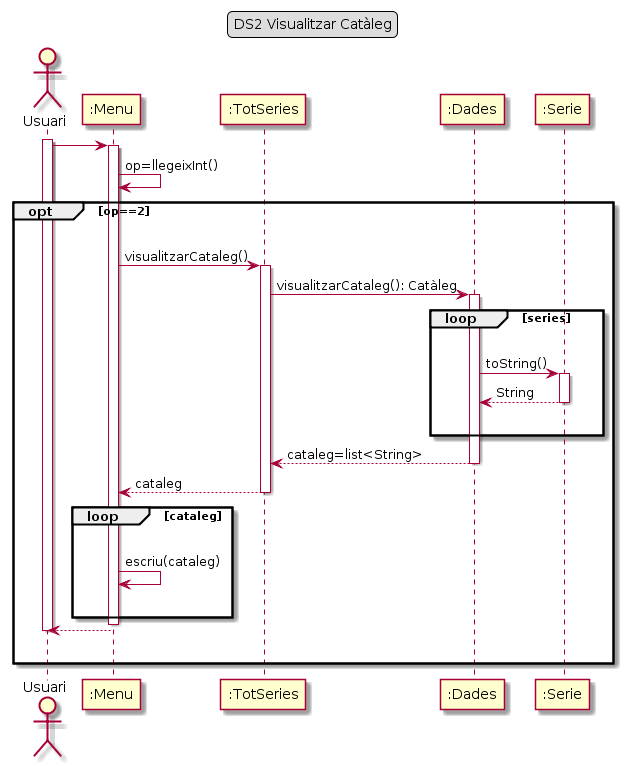
Earlier version of the PlantUML export Lab4/DS/DS2 Cataleg.png (Ralleg314/DS).
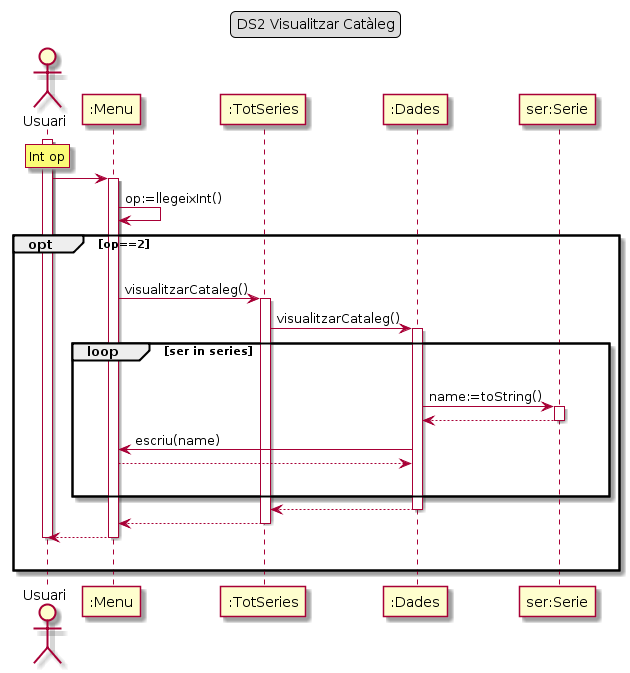
After the commit.

Change to the diagram source:
```diff
@@ -6,41 +6,41 @@
 actor Usuari as usuari
 activate usuari
 
+rnote over usuari
+    Int op
+end rnote
+
 participant ":Menu" as menu
 participant ":TotSeries" as TS
 participant ":Dades" as dades
-participant ":Serie" as serie
+participant "ser:Serie" as serie
 
 usuari -> menu
 activate menu
-menu ->menu : op=llegeixInt()
+menu ->menu : op:=llegeixInt()
 opt op==2
     |||
     menu ->TS: visualitzarCataleg()
     activate TS
 
-    TS -> dades: visualitzarCataleg(): Catàleg
+    TS -> dades: visualitzarCataleg()
     activate dades
-    loop series
+    loop ser in series
         |||
-        dades ->serie : toString()
+        dades ->serie : name:=toString()
         activate serie
-        serie --> dades : String
+        serie --> dades
         deactivate serie
+        dades -> menu : escriu(name)
+        menu ---> dades
         |||
     end
-    dades --> TS : cataleg=list<String>
+    dades --> TS
     deactivate dades
-    TS ---> menu : cataleg
+    TS ---> menu
     deactivate TS
-    loop cataleg
-        |||
-        menu->menu : escriu(cataleg)
-        |||
-    end
+    menu --> usuari
     deactivate menu
-    menu --> usuari
-    deactivate TS
     deactivate usuari
     |||
 end
```
